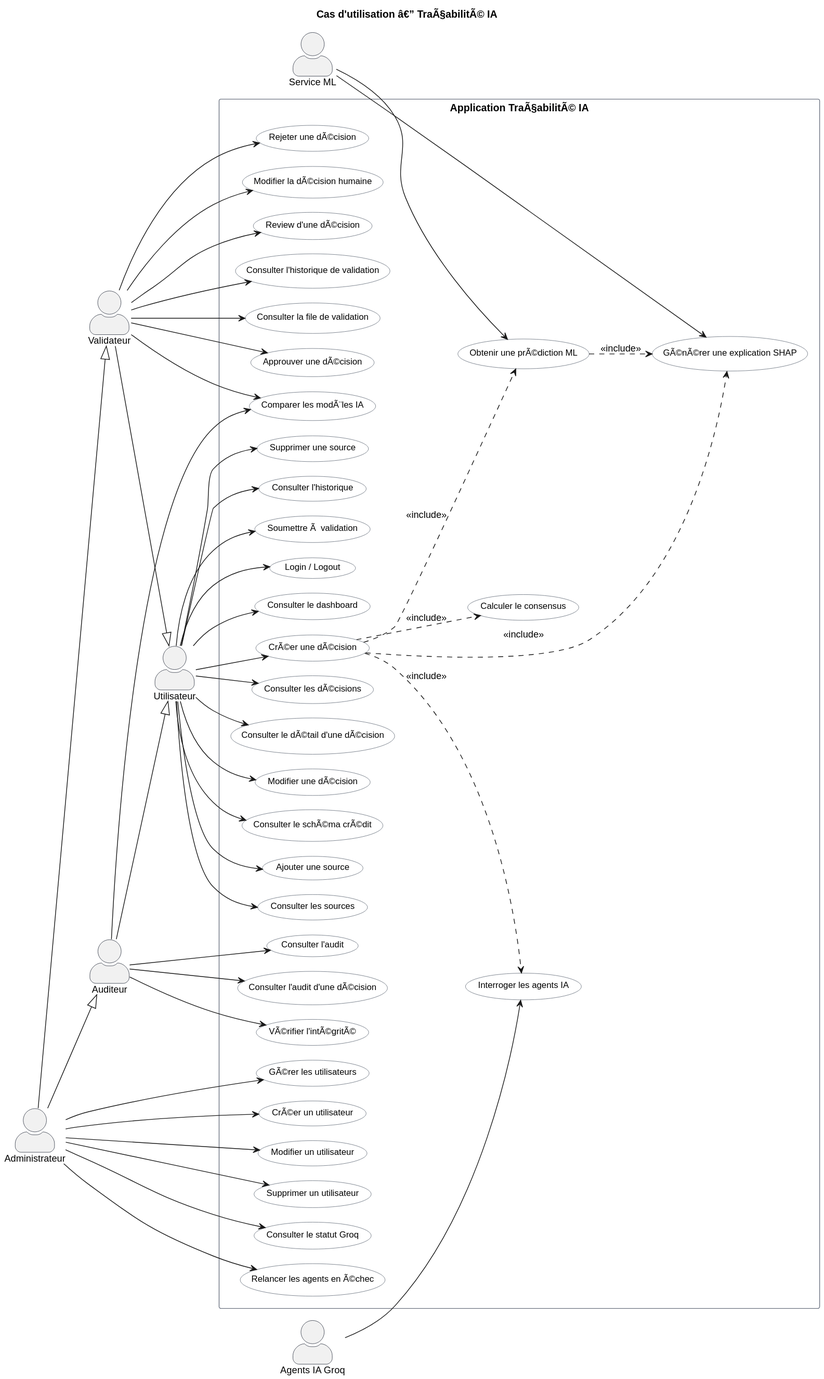
Earlier version of the PlantUML export docs/uml/generated/use-case.svg (Yahyafl3/tracabilite-ia). Source of this version:
```plantuml
@startuml
left to right direction
skinparam shadowing false
skinparam packageStyle rectangle
skinparam actorStyle awesome
skinparam nodesep 20
skinparam ranksep 30

skinparam usecase {
  BackgroundColor #FFFFFF
  BorderColor #4B5563
  FontName Arial
  FontSize 12
}
skinparam actor {
  BorderColor #111827
  FontName Arial
  FontSize 13
}
skinparam rectangle {
  BackgroundColor #FFFFFF
  BorderColor #6B7280
  FontStyle bold
  FontSize 14
}

title Cas d'utilisation â€” TraÃ§abilitÃ© IA

actor "Utilisateur" as User
actor "Validateur" as Validator
actor "Auditeur" as Auditor
actor "Administrateur" as Admin
actor "Service ML" as ML
actor "Agents IA Groq" as Groq

Validator --|> User
Auditor --|> User
Admin --|> Validator
Admin --|> Auditor

rectangle "Application TraÃ§abilitÃ© IA" {
  usecase "Login / Logout" as UC_Login
  usecase "Consulter le dashboard" as UC_Dashboard
  usecase "CrÃ©er une dÃ©cision" as UC_Create
  usecase "Consulter les dÃ©cisions" as UC_List
  usecase "Consulter le dÃ©tail d'une dÃ©cision" as UC_Detail
  usecase "Modifier une dÃ©cision" as UC_Update
  usecase "Consulter le schÃ©ma crÃ©dit" as UC_Schema
  usecase "Ajouter une source" as UC_AddSource
  usecase "Consulter les sources" as UC_ListSources
  usecase "Supprimer une source" as UC_DelSource
  usecase "Consulter l'historique" as UC_History
  usecase "Soumettre Ã  validation" as UC_Submit
  usecase "Obtenir une prÃ©diction ML" as UC_ML
  usecase "GÃ©nÃ©rer une explication SHAP" as UC_SHAP
  usecase "Interroger les agents IA" as UC_Agents
  usecase "Calculer le consensus" as UC_Consensus
  usecase "Consulter la file de validation" as UC_Pending
  usecase "Approuver une dÃ©cision" as UC_Approve
  usecase "Rejeter une dÃ©cision" as UC_Reject
  usecase "Modifier la dÃ©cision humaine" as UC_Modify
  usecase "Review d'une dÃ©cision" as UC_Review
  usecase "Consulter l'historique de validation" as UC_ValHistory
  usecase "Comparer les modÃ¨les IA" as UC_Compare
  usecase "Consulter l'audit" as UC_Audit
  usecase "Consulter l'audit d'une dÃ©cision" as UC_AuditDetail
  usecase "VÃ©rifier l'intÃ©gritÃ©" as UC_Integrity
  usecase "GÃ©rer les utilisateurs" as UC_Users
  usecase "CrÃ©er un utilisateur" as UC_CreateUser
  usecase "Modifier un utilisateur" as UC_UpdateUser
  usecase "Supprimer un utilisateur" as UC_DeleteUser
  usecase "Consulter le statut Groq" as UC_GroqStatus
  usecase "Relancer les agents en Ã©chec" as UC_RetryAgents
}

User --> UC_Login
User --> UC_Dashboard
User --> UC_Create
User --> UC_List
User --> UC_Detail
User --> UC_Update
User --> UC_Schema
User --> UC_AddSource
User --> UC_ListSources
User --> UC_DelSource
User --> UC_History
User --> UC_Submit

Validator --> UC_Pending
Validator --> UC_Approve
Validator --> UC_Reject
Validator --> UC_Modify
Validator --> UC_Review
Validator --> UC_ValHistory
Validator --> UC_Compare

Auditor --> UC_Audit
Auditor --> UC_AuditDetail
Auditor --> UC_Integrity
Auditor --> UC_Compare

Admin --> UC_Users
Admin --> UC_CreateUser
Admin --> UC_UpdateUser
Admin --> UC_DeleteUser
Admin --> UC_GroqStatus
Admin --> UC_RetryAgents

ML --> UC_ML
ML --> UC_SHAP
Groq --> UC_Agents

UC_Create ..> UC_ML : <<include>>
UC_Create ..> UC_SHAP : <<include>>
UC_Create ..> UC_Agents : <<include>>
UC_Create ..> UC_Consensus : <<include>>
UC_ML ..> UC_SHAP : <<include>>
@enduml
```
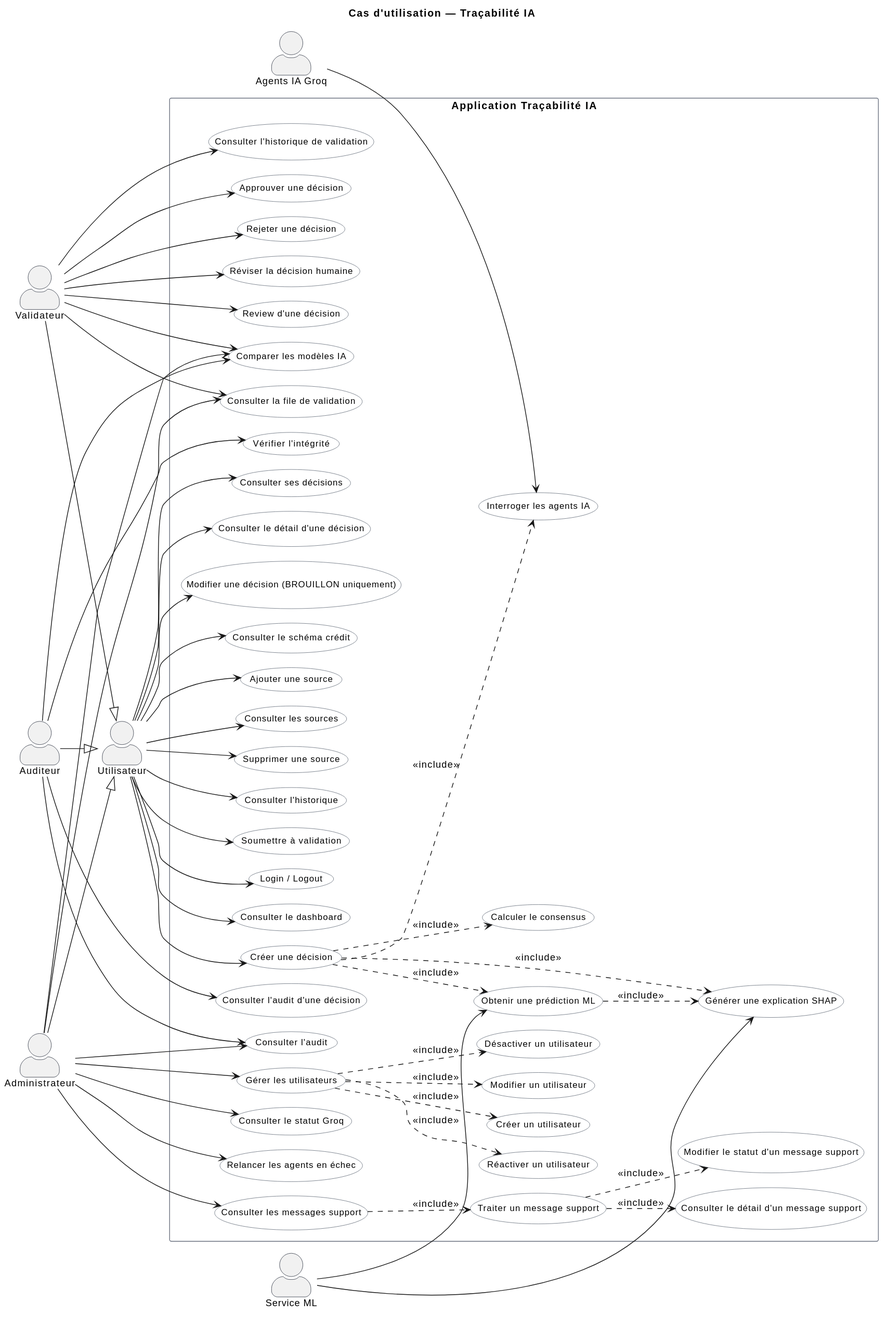
The same file after the commit.

Diff of the diagram source:
```diff
@@ -24,7 +24,7 @@
   FontSize 14
 }
 
-title Cas d'utilisation â€” TraÃ§abilitÃ© IA
+title Cas d'utilisation — Traçabilité IA
 
 actor "Utilisateur" as User
 actor "Validateur" as Validator
@@ -35,42 +35,46 @@
 
 Validator --|> User
 Auditor --|> User
-Admin --|> Validator
-Admin --|> Auditor
+Admin --|> User
 
-rectangle "Application TraÃ§abilitÃ© IA" {
+rectangle "Application Traçabilité IA" {
   usecase "Login / Logout" as UC_Login
   usecase "Consulter le dashboard" as UC_Dashboard
-  usecase "CrÃ©er une dÃ©cision" as UC_Create
-  usecase "Consulter les dÃ©cisions" as UC_List
-  usecase "Consulter le dÃ©tail d'une dÃ©cision" as UC_Detail
-  usecase "Modifier une dÃ©cision" as UC_Update
-  usecase "Consulter le schÃ©ma crÃ©dit" as UC_Schema
+  usecase "Créer une décision" as UC_Create
+  usecase "Consulter ses décisions" as UC_List
+  usecase "Consulter le détail d'une décision" as UC_Detail
+  usecase "Modifier une décision (BROUILLON uniquement)" as UC_Update
+  usecase "Consulter le schéma crédit" as UC_Schema
   usecase "Ajouter une source" as UC_AddSource
   usecase "Consulter les sources" as UC_ListSources
   usecase "Supprimer une source" as UC_DelSource
   usecase "Consulter l'historique" as UC_History
-  usecase "Soumettre Ã  validation" as UC_Submit
-  usecase "Obtenir une prÃ©diction ML" as UC_ML
-  usecase "GÃ©nÃ©rer une explication SHAP" as UC_SHAP
+  usecase "Soumettre à validation" as UC_Submit
+  usecase "Obtenir une prédiction ML" as UC_ML
+  usecase "Générer une explication SHAP" as UC_SHAP
   usecase "Interroger les agents IA" as UC_Agents
   usecase "Calculer le consensus" as UC_Consensus
   usecase "Consulter la file de validation" as UC_Pending
-  usecase "Approuver une dÃ©cision" as UC_Approve
-  usecase "Rejeter une dÃ©cision" as UC_Reject
-  usecase "Modifier la dÃ©cision humaine" as UC_Modify
-  usecase "Review d'une dÃ©cision" as UC_Review
+  usecase "Approuver une décision" as UC_Approve
+  usecase "Rejeter une décision" as UC_Reject
+  usecase "Réviser la décision humaine" as UC_Modify
+  usecase "Review d'une décision" as UC_Review
   usecase "Consulter l'historique de validation" as UC_ValHistory
-  usecase "Comparer les modÃ¨les IA" as UC_Compare
+  usecase "Comparer les modèles IA" as UC_Compare
   usecase "Consulter l'audit" as UC_Audit
-  usecase "Consulter l'audit d'une dÃ©cision" as UC_AuditDetail
-  usecase "VÃ©rifier l'intÃ©gritÃ©" as UC_Integrity
-  usecase "GÃ©rer les utilisateurs" as UC_Users
-  usecase "CrÃ©er un utilisateur" as UC_CreateUser
+  usecase "Consulter l'audit d'une décision" as UC_AuditDetail
+  usecase "Vérifier l'intégrité" as UC_Integrity
+  usecase "Gérer les utilisateurs" as UC_Users
+  usecase "Créer un utilisateur" as UC_CreateUser
   usecase "Modifier un utilisateur" as UC_UpdateUser
-  usecase "Supprimer un utilisateur" as UC_DeleteUser
+  usecase "Désactiver un utilisateur" as UC_DeactivateUser
+  usecase "Réactiver un utilisateur" as UC_ReactivateUser
   usecase "Consulter le statut Groq" as UC_GroqStatus
-  usecase "Relancer les agents en Ã©chec" as UC_RetryAgents
+  usecase "Relancer les agents en échec" as UC_RetryAgents
+  usecase "Consulter les messages support" as UC_SupportList
+  usecase "Consulter le détail d'un message support" as UC_SupportDetail
+  usecase "Traiter un message support" as UC_SupportTreat
+  usecase "Modifier le statut d'un message support" as UC_SupportStatus
 }
 
 User --> UC_Login
@@ -100,11 +104,12 @@
 Auditor --> UC_Compare
 
 Admin --> UC_Users
-Admin --> UC_CreateUser
-Admin --> UC_UpdateUser
-Admin --> UC_DeleteUser
 Admin --> UC_GroqStatus
 Admin --> UC_RetryAgents
+Admin --> UC_SupportList
+Admin --> UC_Audit
+Admin --> UC_Compare
+Admin --> UC_Pending
 
 ML --> UC_ML
 ML --> UC_SHAP
@@ -115,4 +120,13 @@
 UC_Create ..> UC_Agents : <<include>>
 UC_Create ..> UC_Consensus : <<include>>
 UC_ML ..> UC_SHAP : <<include>>
+
+UC_Users ..> UC_CreateUser : <<include>>
+UC_Users ..> UC_UpdateUser : <<include>>
+UC_Users ..> UC_DeactivateUser : <<include>>
+UC_Users ..> UC_ReactivateUser : <<include>>
+
+UC_SupportTreat ..> UC_SupportDetail : <<include>>
+UC_SupportTreat ..> UC_SupportStatus : <<include>>
+UC_SupportList ..> UC_SupportTreat : <<include>>
 @enduml
```
